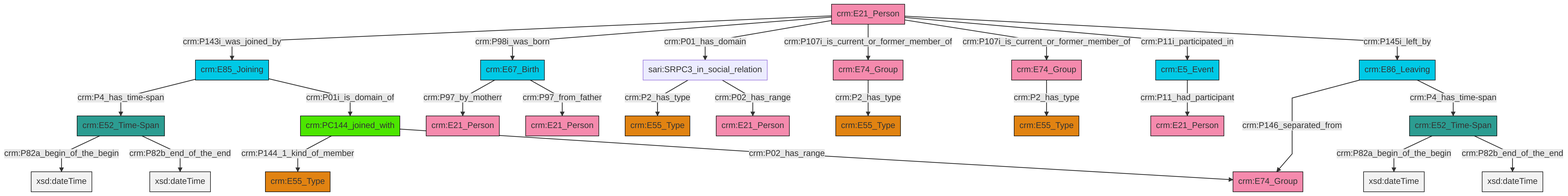
Earlier version of the Mermaid export et/personCSV/ttl/mmd/png/Person_Actor_Relations.png (swiss-art-research-net/reference-data-models). Its source is kept beside it as et/personCSV/ttl/mmd/Person_Actor_Relations.ttl.mmd.
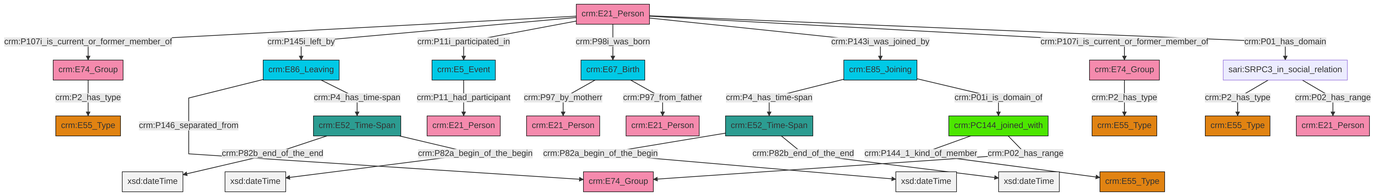
The same diagram one commit later.

Change to the diagram source:
```diff
@@ -13,27 +13,27 @@
 classDef PC_Classes fill:#4ce600, stroke:#000000;
 classDef Multi fill:#cccccc,stroke:#000000;
 
-6["crm:E74_Group"]:::Actor -->|crm:P2_has_type| 7["crm:E55_Type"]:::Type
-10["crm:E67_Birth"]:::Temporal_Entity -->|crm:P97_by_motherr| 11["crm:E21_Person"]:::Actor
-16["crm:E52_Time-Span"]:::Time-Span -->|crm:P82a_begin_of_the_begin| 17[xsd:dateTime]:::Literal
-20["crm:E21_Person"]:::Actor -->|crm:P143i_was_joined_by| 0["crm:E85_Joining"]:::Temporal_Entity
-16["crm:E52_Time-Span"]:::Time-Span -->|crm:P82b_end_of_the_end| 25[xsd:dateTime]:::Literal
-20["crm:E21_Person"]:::Actor -->|crm:P98i_was_born| 10["crm:E67_Birth"]:::Temporal_Entity
-26["crm:E86_Leaving"]:::Temporal_Entity -->|crm:P146_separated_from| 27["crm:E74_Group"]:::Actor
-21["crm:PC144_joined_with"]:::PC_Classes -->|crm:P144_1_kind_of_member| 28["crm:E55_Type"]:::Type
-0["crm:E85_Joining"]:::Temporal_Entity -->|crm:P4_has_time-span| 16["crm:E52_Time-Span"]:::Time-Span
-20["crm:E21_Person"]:::Actor -->|crm:P01_has_domain| 12["sari:SRPC3_in_social_relation"]:::Default
-26["crm:E86_Leaving"]:::Temporal_Entity -->|crm:P4_has_time-span| 8["crm:E52_Time-Span"]:::Time-Span
-20["crm:E21_Person"]:::Actor -->|crm:P107i_is_current_or_former_member_of| 18["crm:E74_Group"]:::Actor
-0["crm:E85_Joining"]:::Temporal_Entity -->|crm:P01i_is_domain_of| 21["crm:PC144_joined_with"]:::PC_Classes
-12["sari:SRPC3_in_social_relation"]:::Default -->|crm:P2_has_type| 23["crm:E55_Type"]:::Type
-12["sari:SRPC3_in_social_relation"]:::Default -->|crm:P02_has_range| 29["crm:E21_Person"]:::Actor
-21["crm:PC144_joined_with"]:::PC_Classes -->|crm:P02_has_range| 27["crm:E74_Group"]:::Actor
-20["crm:E21_Person"]:::Actor -->|crm:P107i_is_current_or_former_member_of| 6["crm:E74_Group"]:::Actor
-2["crm:E5_Event"]:::Temporal_Entity -->|crm:P11_had_participant| 14["crm:E21_Person"]:::Actor
-18["crm:E74_Group"]:::Actor -->|crm:P2_has_type| 33["crm:E55_Type"]:::Type
-8["crm:E52_Time-Span"]:::Time-Span -->|crm:P82a_begin_of_the_begin| 38[xsd:dateTime]:::Literal
-8["crm:E52_Time-Span"]:::Time-Span -->|crm:P82b_end_of_the_end| 41[xsd:dateTime]:::Literal
-20["crm:E21_Person"]:::Actor -->|crm:P11i_participated_in| 2["crm:E5_Event"]:::Temporal_Entity
-10["crm:E67_Birth"]:::Temporal_Entity -->|crm:P97_from_father| 4["crm:E21_Person"]:::Actor
-20["crm:E21_Person"]:::Actor -->|crm:P145i_left_by| 26["crm:E86_Leaving"]:::Temporal_Entity
+0["crm:E74_Group"]:::Actor -->|crm:P2_has_type| 1["crm:E55_Type"]:::Type
+4["crm:E85_Joining"]:::Temporal_Entity -->|crm:P4_has_time-span| 5["crm:E52_Time-Span"]:::Time-Span
+7["crm:E21_Person"]:::Actor -->|crm:P107i_is_current_or_former_member_of| 2["crm:E74_Group"]:::Actor
+7["crm:E21_Person"]:::Actor -->|crm:P145i_left_by| 8["crm:E86_Leaving"]:::Temporal_Entity
+13["crm:PC144_joined_with"]:::PC_Classes -->|crm:P144_1_kind_of_member| 14["crm:E55_Type"]:::Type
+8["crm:E86_Leaving"]:::Temporal_Entity -->|crm:P146_separated_from| 15["crm:E74_Group"]:::Actor
+16["crm:E52_Time-Span"]:::Time-Span -->|crm:P82b_end_of_the_end| 17[xsd:dateTime]:::Literal
+4["crm:E85_Joining"]:::Temporal_Entity -->|crm:P01i_is_domain_of| 13["crm:PC144_joined_with"]:::PC_Classes
+21["sari:SRPC3_in_social_relation"]:::Default -->|crm:P2_has_type| 19["crm:E55_Type"]:::Type
+7["crm:E21_Person"]:::Actor -->|crm:P11i_participated_in| 25["crm:E5_Event"]:::Temporal_Entity
+25["crm:E5_Event"]:::Temporal_Entity -->|crm:P11_had_participant| 26["crm:E21_Person"]:::Actor
+22["crm:E67_Birth"]:::Temporal_Entity -->|crm:P97_by_motherr| 27["crm:E21_Person"]:::Actor
+7["crm:E21_Person"]:::Actor -->|crm:P98i_was_born| 22["crm:E67_Birth"]:::Temporal_Entity
+16["crm:E52_Time-Span"]:::Time-Span -->|crm:P82a_begin_of_the_begin| 29[xsd:dateTime]:::Literal
+7["crm:E21_Person"]:::Actor -->|crm:P143i_was_joined_by| 4["crm:E85_Joining"]:::Temporal_Entity
+7["crm:E21_Person"]:::Actor -->|crm:P107i_is_current_or_former_member_of| 0["crm:E74_Group"]:::Actor
+22["crm:E67_Birth"]:::Temporal_Entity -->|crm:P97_from_father| 9["crm:E21_Person"]:::Actor
+13["crm:PC144_joined_with"]:::PC_Classes -->|crm:P02_has_range| 15["crm:E74_Group"]:::Actor
+21["sari:SRPC3_in_social_relation"]:::Default -->|crm:P02_has_range| 11["crm:E21_Person"]:::Actor
+5["crm:E52_Time-Span"]:::Time-Span -->|crm:P82a_begin_of_the_begin| 38[xsd:dateTime]:::Literal
+8["crm:E86_Leaving"]:::Temporal_Entity -->|crm:P4_has_time-span| 16["crm:E52_Time-Span"]:::Time-Span
+7["crm:E21_Person"]:::Actor -->|crm:P01_has_domain| 21["sari:SRPC3_in_social_relation"]:::Default
+2["crm:E74_Group"]:::Actor -->|crm:P2_has_type| 35["crm:E55_Type"]:::Type
+5["crm:E52_Time-Span"]:::Time-Span -->|crm:P82b_end_of_the_end| 45[xsd:dateTime]:::Literal
```
